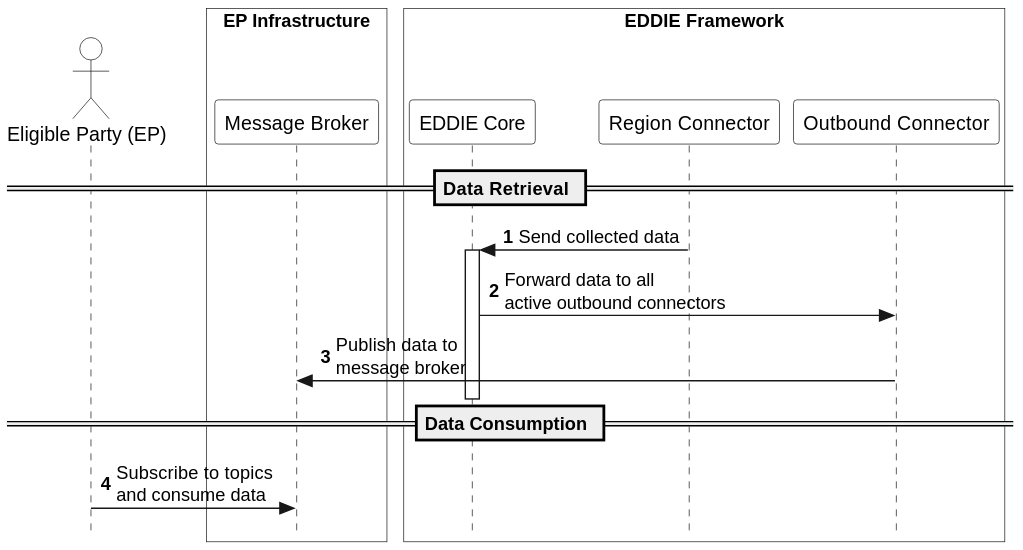
Before: arc42/eddie-framework/runtime-view/figures/eddie-framework-collect-data-message-broker.svg, a diagram exported from PlantUML (eddie-energy/architecture).
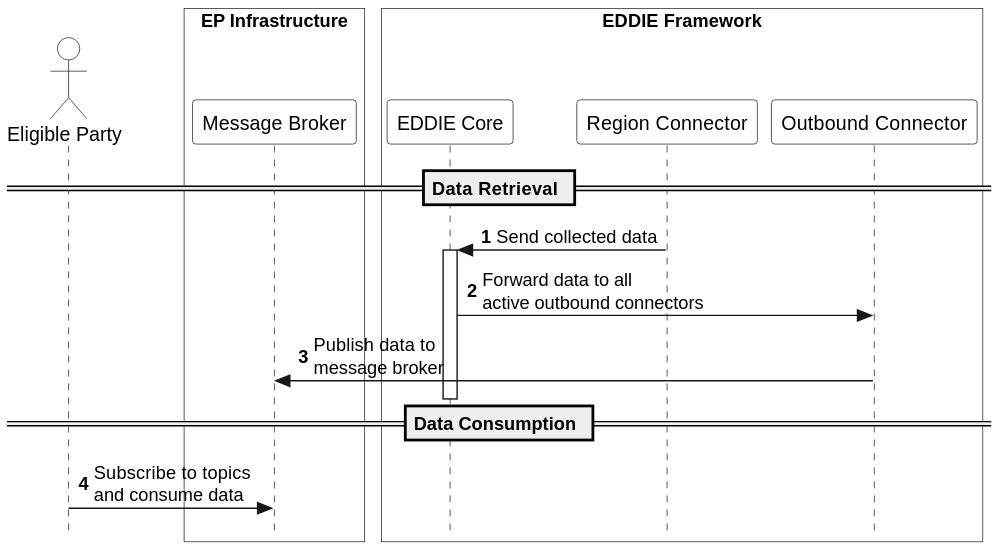
Above is the later version.

The edit, as a diff of the source:
```diff
@@ -8,7 +8,7 @@
 autonumber
 !pragma teoz true
 
-actor "Eligible Party (EP)" as ep
+actor "Eligible Party" as ep
 
 box "EP Infrastructure" #transparent
   participant "Message Broker" as broker
```
